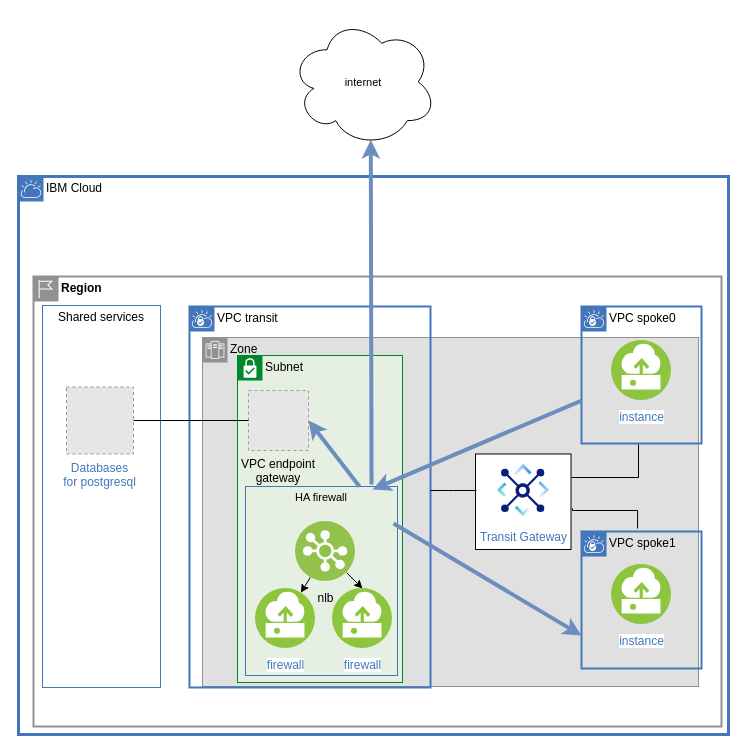
IBM-Cloud/vpc-transit-firewall keeps this draw.io diagram as page "intro" (1 of 7) of firewall.drawio. Above is the earlier version. Source tidied: cells renumbered, new cells numbered last; positions are measured from the earlier drawing's top-left corner, leaving out a move shared by most shapes. Both pictures are drawn from the tidied source at 100%, with x=0, y=0 at pixel (18, 17). Pictures stored in the file or linked from it are replaced by grey dashed boxes.
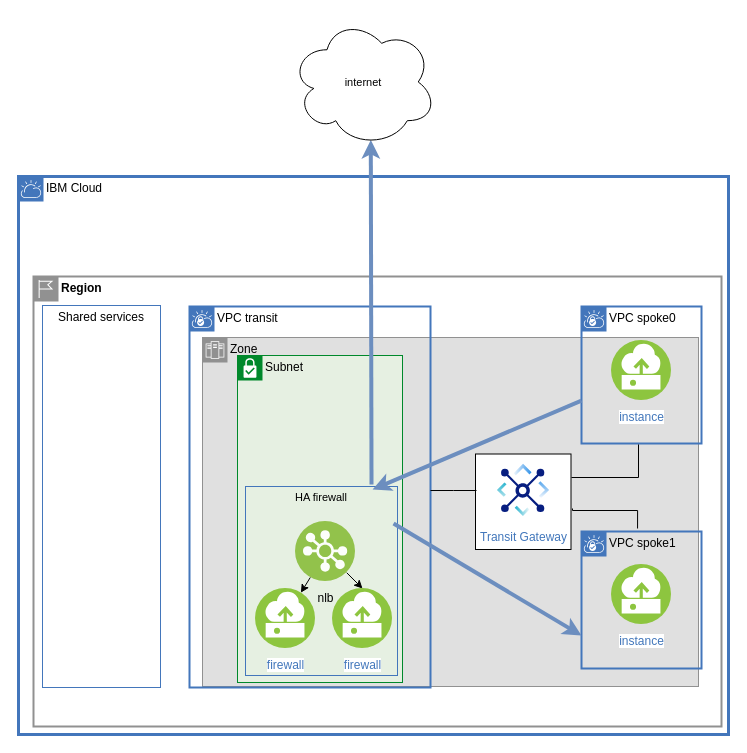
The same page after the edit.

The change refers to these unchanged cells:
```xml
<mxCell id="10" value="HA firewall" style="fontStyle=0;verticalAlign=top;align=center;spacingTop=-2;fillColor=none;rounded=0;whiteSpace=wrap;html=1;strokeColor=#4376BB;strokeWidth=1;dashed=0;labelBackgroundColor=none;fontFamily=Helvetica;fontSize=11;fontColor=#000000;" parent="9" vertex="1">
  <mxGeometry x="8" y="131" width="152" height="189" as="geometry" />
</mxCell>
```

Change to the diagram source:
```diff
@@
-    <mxCell id="26" value="VPC endpoint&#10;gateway" style="fillColor=#E6E6E6;strokeColor=#999999;dashed=1;verticalLabelPosition=bottom;labelBackgroundColor=none;verticalAlign=top;" parent="1" vertex="1">
-      <mxGeometry x="230" y="373" width="60" height="60" as="geometry" />
-    </mxCell>
-    <mxCell id="27" value="Databases&#10;for postgresql" style="fillColor=#E6E6E6;strokeColor=#999999;dashed=1;verticalLabelPosition=bottom;verticalAlign=top;fontColor=#4277BB;" parent="1" vertex="1">
-      <mxGeometry x="48" y="369.5" width="67" height="67" as="geometry" />
-    </mxCell>
-    <mxCell id="28" style="edgeStyle=orthogonalEdgeStyle;shape=connector;rounded=0;jettySize=auto;html=1;entryX=1;entryY=0.5;entryDx=0;entryDy=0;labelBackgroundColor=default;fontFamily=Helvetica;fontSize=11;fontColor=#000000;startArrow=none;startFill=0;endArrow=none;endFill=0;strokeColor=default;strokeWidth=1;" parent="1" edge="1" source="26" target="27">
-      <mxGeometry relative="1" as="geometry" />
-    </mxCell>
-    <mxCell id="29" style="edgeStyle=none;shape=connector;rounded=0;jettySize=auto;html=1;exitX=0.75;exitY=0;exitDx=0;exitDy=0;entryX=1;entryY=0.5;entryDx=0;entryDy=0;labelBackgroundColor=default;fontFamily=Helvetica;fontSize=11;fontColor=#000000;startArrow=none;startFill=0;endArrow=classic;endFill=1;strokeColor=#6c8ebf;strokeWidth=4;fillColor=#dae8fc;" parent="1" edge="1" source="10" target="26">
-      <mxGeometry relative="1" as="geometry" />
-    </mxCell>
@@
-    <mxCell id="33" parent="0" />
```
